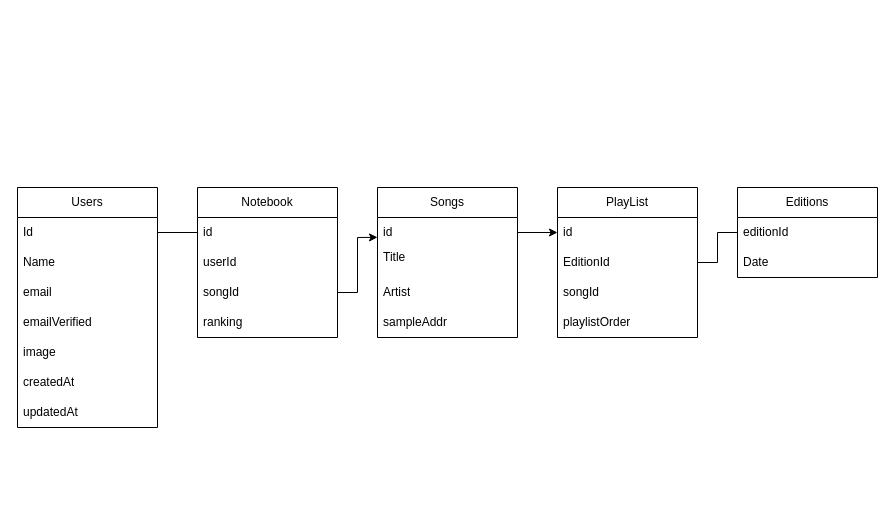
This is livemixnotebook.drawio from otorquati/livemixnotebook, a draw.io file, before an edit. Source tidied: cells renumbered, new cells numbered last; positions are measured from the earlier drawing's top-left corner, leaving out a move shared by most shapes. Both pictures are drawn from the tidied source at 100%, with x=0, y=0 at pixel (17, 187).
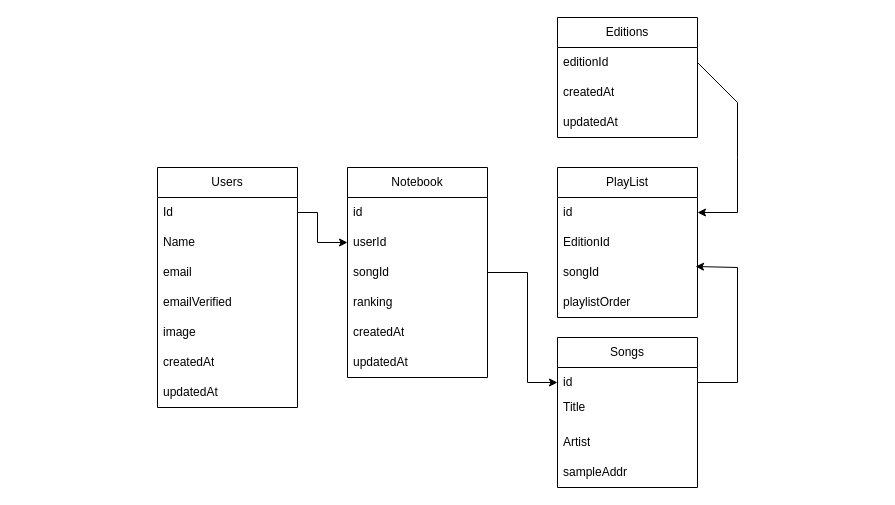
The same page after the edit.

Unchanged cells that the change refers to:
```xml
<mxCell id="3" value="Id" style="text;strokeColor=none;fillColor=none;align=left;verticalAlign=middle;spacingLeft=4;spacingRight=4;overflow=hidden;points=[[0,0.5],[1,0.5]];portConstraint=eastwest;whiteSpace=wrap;html=1;" parent="2" vertex="1">
  <mxGeometry y="30" width="140" height="30" as="geometry" />
</mxCell>
<mxCell id="11" value="editionId" style="text;strokeColor=none;fillColor=none;align=left;verticalAlign=middle;spacingLeft=4;spacingRight=4;overflow=hidden;points=[[0,0.5],[1,0.5]];portConstraint=eastwest;whiteSpace=wrap;html=1;" parent="10" vertex="1">
  <mxGeometry y="30" width="140" height="30" as="geometry" />
</mxCell>
<mxCell id="14" value="id" style="text;strokeColor=none;fillColor=none;align=left;verticalAlign=middle;spacingLeft=4;spacingRight=4;overflow=hidden;points=[[0,0.5],[1,0.5]];portConstraint=eastwest;whiteSpace=wrap;html=1;" parent="13" vertex="1">
  <mxGeometry y="30" width="140" height="30" as="geometry" />
</mxCell>
<mxCell id="15" value="userId" style="text;strokeColor=none;fillColor=none;align=left;verticalAlign=middle;spacingLeft=4;spacingRight=4;overflow=hidden;points=[[0,0.5],[1,0.5]];portConstraint=eastwest;whiteSpace=wrap;html=1;" parent="13" vertex="1">
  <mxGeometry y="60" width="140" height="30" as="geometry" />
</mxCell>
<mxCell id="16" value="songId" style="text;strokeColor=none;fillColor=none;align=left;verticalAlign=middle;spacingLeft=4;spacingRight=4;overflow=hidden;points=[[0,0.5],[1,0.5]];portConstraint=eastwest;whiteSpace=wrap;html=1;" parent="13" vertex="1">
  <mxGeometry y="90" width="140" height="30" as="geometry" />
</mxCell>
<mxCell id="19" value="id" style="text;strokeColor=none;fillColor=none;align=left;verticalAlign=middle;spacingLeft=4;spacingRight=4;overflow=hidden;points=[[0,0.5],[1,0.5]];portConstraint=eastwest;whiteSpace=wrap;html=1;" parent="18" vertex="1">
  <mxGeometry y="30" width="140" height="30" as="geometry" />
</mxCell>
<mxCell id="25" value="id" style="text;strokeColor=none;fillColor=none;align=left;verticalAlign=middle;spacingLeft=4;spacingRight=4;overflow=hidden;points=[[0,0.5],[1,0.5]];portConstraint=eastwest;whiteSpace=wrap;html=1;" parent="24" vertex="1">
  <mxGeometry y="30" width="140" height="30" as="geometry" />
</mxCell>
<mxCell id="26" value="EditionId" style="text;strokeColor=none;fillColor=none;align=left;verticalAlign=middle;spacingLeft=4;spacingRight=4;overflow=hidden;points=[[0,0.5],[1,0.5]];portConstraint=eastwest;whiteSpace=wrap;html=1;" parent="24" vertex="1">
  <mxGeometry y="60" width="140" height="30" as="geometry" />
</mxCell>
<mxCell id="27" value="songId" style="text;strokeColor=none;fillColor=none;align=left;verticalAlign=middle;spacingLeft=4;spacingRight=4;overflow=hidden;points=[[0,0.5],[1,0.5]];portConstraint=eastwest;whiteSpace=wrap;html=1;" parent="24" vertex="1">
  <mxGeometry y="90" width="140" height="30" as="geometry" />
</mxCell>
```

Change to the diagram source:
```diff
@@
     <mxCell id="2" value="Users" style="swimlane;fontStyle=0;horizontal=1;startSize=30;whiteSpace=wrap;html=1;" parent="1" vertex="1">
-      <mxGeometry width="140" height="240" as="geometry" />
+      <mxGeometry x="140" y="-20" width="140" height="240" as="geometry" />
     </mxCell>
@@
     <mxCell id="10" value="Editi&lt;span style=&quot;background-color: transparent; color: light-dark(rgb(0, 0, 0), rgb(255, 255, 255));&quot;&gt;ons&lt;/span&gt;" style="swimlane;fontStyle=0;horizontal=1;startSize=30;whiteSpace=wrap;html=1;" parent="1" vertex="1">
-      <mxGeometry x="720" width="140" height="90" as="geometry" />
+      <mxGeometry x="540" y="-170" width="140" height="120" as="geometry" />
     </mxCell>
@@
-    <mxCell id="12" value="Date" style="text;strokeColor=none;fillColor=none;align=left;verticalAlign=middle;spacingLeft=4;spacingRight=4;overflow=hidden;whiteSpace=wrap;html=1;" parent="10" vertex="1">
+    <mxCell id="12" value="createdAt" style="text;strokeColor=none;fillColor=none;align=left;verticalAlign=middle;spacingLeft=4;spacingRight=4;overflow=hidden;whiteSpace=wrap;html=1;" parent="10" vertex="1">
       <mxGeometry y="60" width="140" height="30" as="geometry" />
     </mxCell>
+    <mxCell id="32" value="updatedAt" style="text;strokeColor=none;fillColor=none;align=left;verticalAlign=middle;spacingLeft=4;spacingRight=4;overflow=hidden;whiteSpace=wrap;html=1;" parent="10" vertex="1">
+      <mxGeometry y="90" width="140" height="30" as="geometry" />
+    </mxCell>
     <mxCell id="13" value="Notebook" style="swimlane;fontStyle=0;horizontal=1;startSize=30;whiteSpace=wrap;html=1;" parent="1" vertex="1">
-      <mxGeometry x="180" width="140" height="150" as="geometry" />
+      <mxGeometry x="330" y="-20" width="140" height="210" as="geometry" />
     </mxCell>
@@
+    <mxCell id="33" value="createdAt" style="text;strokeColor=none;fillColor=none;align=left;verticalAlign=middle;spacingLeft=4;spacingRight=4;overflow=hidden;whiteSpace=wrap;html=1;" parent="13" vertex="1">
+      <mxGeometry y="150" width="140" height="30" as="geometry" />
+    </mxCell>
+    <mxCell id="34" value="updatedAt" style="text;strokeColor=none;fillColor=none;align=left;verticalAlign=middle;spacingLeft=4;spacingRight=4;overflow=hidden;whiteSpace=wrap;html=1;" parent="13" vertex="1">
+      <mxGeometry y="180" width="140" height="30" as="geometry" />
+    </mxCell>
     <mxCell id="18" value="Songs" style="swimlane;fontStyle=0;horizontal=1;startSize=30;whiteSpace=wrap;html=1;" parent="1" vertex="1">
-      <mxGeometry x="360" width="140" height="150" as="geometry" />
+      <mxGeometry x="540" y="150" width="140" height="150" as="geometry" />
     </mxCell>
@@
-    <mxCell id="23" style="endArrow=none;html=1;rounded=0;entryX=0;entryY=0.5;entryDx=0;entryDy=0;exitX=1;exitY=0.5;exitDx=0;exitDy=0;" parent="1" edge="1" source="3" target="14">
-      <mxGeometry relative="1" as="geometry" />
-    </mxCell>
     <mxCell id="24" value="PlayList" style="swimlane;fontStyle=0;horizontal=1;startSize=30;whiteSpace=wrap;html=1;" parent="1" vertex="1">
-      <mxGeometry x="540" width="140" height="150" as="geometry" />
+      <mxGeometry x="540" y="-20" width="140" height="150" as="geometry" />
     </mxCell>
@@
-    <mxCell id="29" style="endArrow=classic;html=1;rounded=0;exitX=1;exitY=0.5;exitDx=0;exitDy=0;entryX=0;entryY=0.662;entryDx=0;entryDy=0;entryPerimeter=0;" parent="1" edge="1" source="16" target="19">
+    <mxCell id="29" style="endArrow=classic;html=1;rounded=0;exitX=1;exitY=0.5;exitDx=0;exitDy=0;entryX=0;entryY=0.5;entryDx=0;entryDy=0;" parent="1" edge="1" source="16" target="19">
       <mxGeometry relative="1" as="geometry">
         <Array as="points">
-          <mxPoint x="340" y="105" />
-          <mxPoint x="340" y="50" />
+          <mxPoint x="510" y="85" />
+          <mxPoint x="510" y="195" />
         </Array>
       </mxGeometry>
     </mxCell>
-    <mxCell id="30" style="endArrow=classic;html=1;rounded=0;exitX=1;exitY=0.5;exitDx=0;exitDy=0;" parent="1" edge="1" source="19" target="25">
-      <mxGeometry relative="1" as="geometry" />
+    <mxCell id="30" style="endArrow=classic;html=1;rounded=0;exitX=1;exitY=0.5;exitDx=0;exitDy=0;entryX=0.986;entryY=0.3;entryDx=0;entryDy=0;entryPerimeter=0;" parent="1" edge="1" source="19" target="27">
+      <mxGeometry relative="1" as="geometry">
+        <Array as="points">
+          <mxPoint x="720" y="195" />
+          <mxPoint x="720" y="80" />
+        </Array>
+      </mxGeometry>
     </mxCell>
-    <mxCell id="31" style="endArrow=none;html=1;rounded=0;exitX=1;exitY=0.5;exitDx=0;exitDy=0;entryX=0;entryY=0.5;entryDx=0;entryDy=0;" parent="1" edge="1" source="26" target="11">
-      <mxGeometry relative="1" as="geometry">
-        <Array as="points">
-          <mxPoint x="700" y="75" />
-          <mxPoint x="700" y="45" />
-        </Array>
-      </mxGeometry>
-    </mxCell>
+    <mxCell id="35" style="endArrow=classic;html=1;rounded=0;exitX=1;exitY=0.5;exitDx=0;exitDy=0;entryX=0;entryY=0.5;entryDx=0;entryDy=0;" parent="1" edge="1" source="3" target="15">
+      <mxGeometry relative="1" as="geometry">
+        <Array as="points">
+          <mxPoint x="300" y="25" />
+          <mxPoint x="300" y="55" />
+        </Array>
+      </mxGeometry>
+    </mxCell>
+    <mxCell id="36" style="endArrow=classic;html=1;rounded=0;exitX=1;exitY=0.5;exitDx=0;exitDy=0;entryX=1;entryY=0.5;entryDx=0;entryDy=0;" parent="1" edge="1" source="11" target="25">
+      <mxGeometry relative="1" as="geometry">
+        <Array as="points">
+          <mxPoint x="720" y="-85" />
+          <mxPoint x="720" y="-30" />
+          <mxPoint x="720" y="25" />
+        </Array>
+      </mxGeometry>
+    </mxCell>
```
